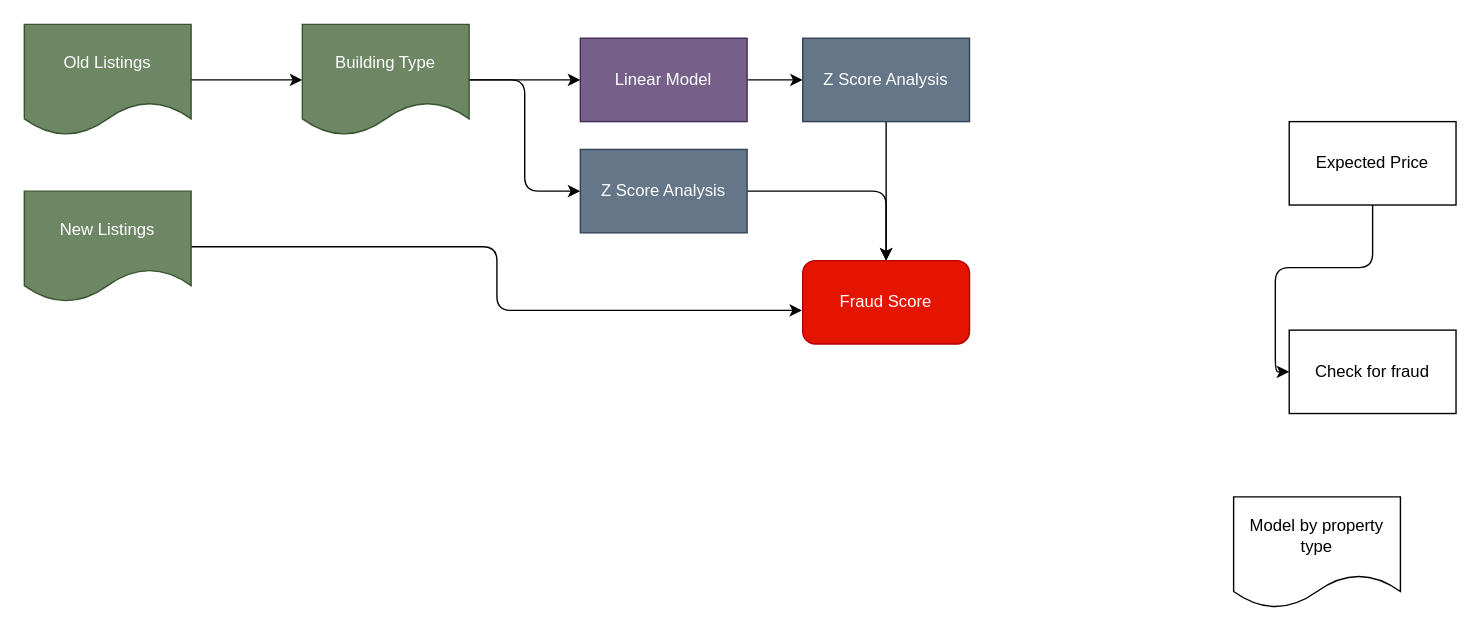
TheAdaptoid/2024-Ai4Good-Submission keeps this draw.io diagram as page "Page-1" (2 of 2) of Utils/Process.drawio. Above is the earlier version. Source tidied: cells renumbered, new cells numbered last; positions are measured from the earlier drawing's top-left corner, leaving out a move shared by most shapes. Both pictures are drawn from the tidied source at 139%, with x=0, y=0 at pixel (24, 24).
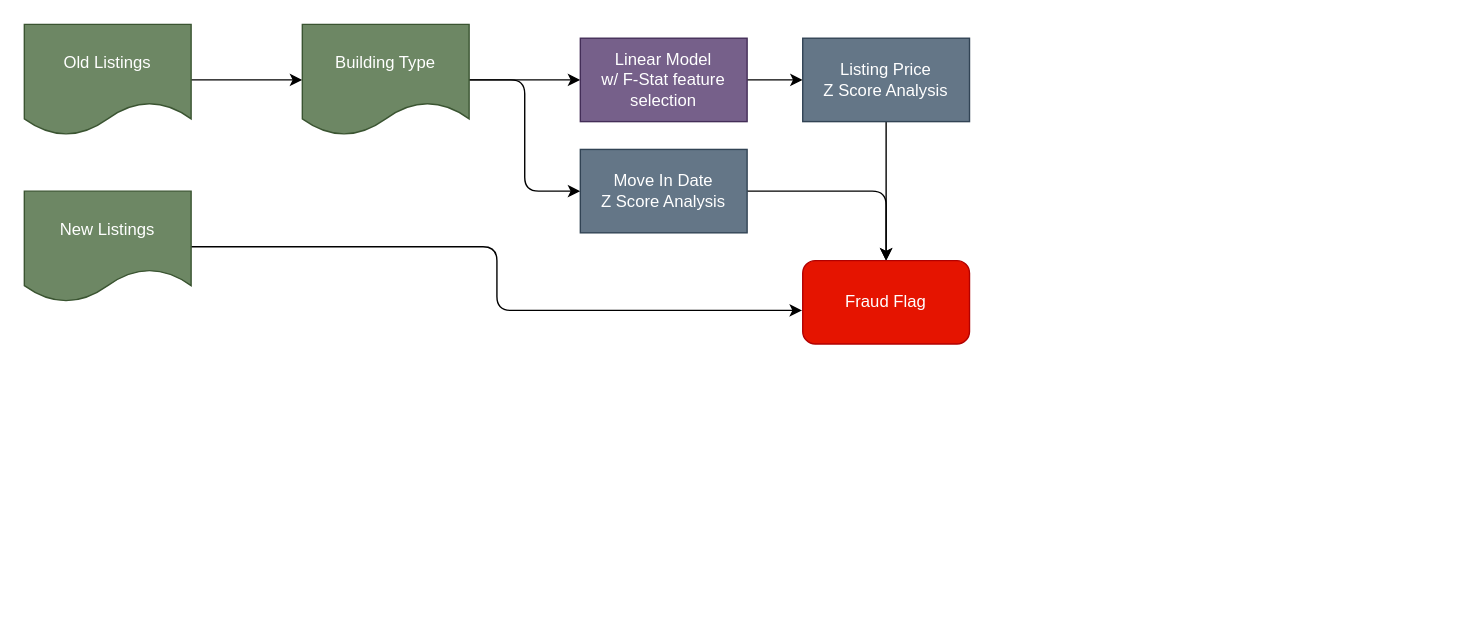
The same page after the edit.

Diff of the diagram source:
```diff
@@
 <mxGraphModel>
   <root>
     <mxCell id="0" />
     <mxCell id="1" parent="0" />
     <mxCell id="2" style="edgeStyle=orthogonalEdgeStyle;html=1;" parent="1" edge="1" source="3" target="7">
       <mxGeometry relative="1" as="geometry" />
     </mxCell>
     <mxCell id="3" value="Old Listings" style="shape=document;whiteSpace=wrap;html=1;boundedLbl=1;fillColor=#6d8764;strokeColor=#3A5431;fontColor=#ffffff;" parent="1" vertex="1">
       <mxGeometry width="120" height="80" as="geometry" />
     </mxCell>
-    <mxCell id="4" value="Model by property type" style="shape=document;whiteSpace=wrap;html=1;boundedLbl=1;" parent="1" vertex="1">
-      <mxGeometry x="870" y="340" width="120" height="80" as="geometry" />
-    </mxCell>
     <mxCell id="5" style="edgeStyle=orthogonalEdgeStyle;html=1;entryX=0;entryY=0.5;entryDx=0;entryDy=0;" parent="1" edge="1" source="7" target="12">
       <mxGeometry relative="1" as="geometry" />
     </mxCell>
     <mxCell id="6" style="edgeStyle=orthogonalEdgeStyle;html=1;entryX=0;entryY=0.5;entryDx=0;entryDy=0;exitX=1;exitY=0.5;exitDx=0;exitDy=0;" parent="1" edge="1" source="7" target="16">
       <mxGeometry relative="1" as="geometry" />
     </mxCell>
     <mxCell id="7" value="Building Type" style="shape=document;whiteSpace=wrap;html=1;boundedLbl=1;fillColor=#6d8764;strokeColor=#3A5431;fontColor=#ffffff;" parent="1" vertex="1">
       <mxGeometry x="200" width="120" height="80" as="geometry" />
     </mxCell>
-    <mxCell id="8" style="edgeStyle=orthogonalEdgeStyle;html=1;entryX=0;entryY=0.5;entryDx=0;entryDy=0;orthogonal=1;" parent="1" edge="1" source="9" target="10">
-      <mxGeometry relative="1" as="geometry" />
-    </mxCell>
-    <mxCell id="9" value="Expected Price" style="rounded=0;whiteSpace=wrap;html=1;" parent="1" vertex="1">
-      <mxGeometry x="910" y="70" width="120" height="60" as="geometry" />
-    </mxCell>
-    <mxCell id="10" value="Check for fraud" style="rounded=0;whiteSpace=wrap;html=1;" parent="1" vertex="1">
-      <mxGeometry x="910" y="220" width="120" height="60" as="geometry" />
-    </mxCell>
     <mxCell id="11" style="edgeStyle=orthogonalEdgeStyle;html=1;" parent="1" edge="1" source="12" target="14">
       <mxGeometry relative="1" as="geometry" />
     </mxCell>
-    <mxCell id="12" value="Linear Model" style="rounded=0;whiteSpace=wrap;html=1;fillColor=#76608a;fontColor=#ffffff;strokeColor=#432D57;" parent="1" vertex="1">
+    <mxCell id="12" value="Linear Model&lt;br&gt;w/ F-Stat feature selection" style="rounded=0;whiteSpace=wrap;html=1;fillColor=#76608a;fontColor=#ffffff;strokeColor=#432D57;" parent="1" vertex="1">
       <mxGeometry x="400" y="10" width="120" height="60" as="geometry" />
     </mxCell>
     <mxCell id="13" style="edgeStyle=orthogonalEdgeStyle;html=1;" parent="1" edge="1" source="14" target="17">
       <mxGeometry relative="1" as="geometry" />
     </mxCell>
-    <mxCell id="14" value="Z Score Analysis" style="whiteSpace=wrap;html=1;rounded=0;fillColor=#647687;fontColor=#ffffff;strokeColor=#314354;" parent="1" vertex="1">
+    <mxCell id="14" value="Listing Price&lt;br&gt;Z Score Analysis" style="whiteSpace=wrap;html=1;rounded=0;fillColor=#647687;fontColor=#ffffff;strokeColor=#314354;" parent="1" vertex="1">
       <mxGeometry x="560" y="10" width="120" height="60" as="geometry" />
     </mxCell>
     <mxCell id="15" style="edgeStyle=orthogonalEdgeStyle;html=1;entryX=0.5;entryY=0;entryDx=0;entryDy=0;exitX=1;exitY=0.5;exitDx=0;exitDy=0;" parent="1" edge="1" source="16" target="17">
       <mxGeometry relative="1" as="geometry" />
     </mxCell>
-    <mxCell id="16" value="Z Score Analysis" style="whiteSpace=wrap;html=1;fillColor=#647687;fontColor=#ffffff;strokeColor=#314354;" parent="1" vertex="1">
+    <mxCell id="16" value="Move In Date&lt;br&gt;Z Score Analysis" style="whiteSpace=wrap;html=1;fillColor=#647687;fontColor=#ffffff;strokeColor=#314354;" parent="1" vertex="1">
       <mxGeometry x="400" y="90" width="120" height="60" as="geometry" />
     </mxCell>
-    <mxCell id="17" value="Fraud Score" style="rounded=1;whiteSpace=wrap;html=1;fillColor=#e51400;fontColor=#ffffff;strokeColor=#B20000;" parent="1" vertex="1">
+    <mxCell id="17" value="Fraud Flag" style="rounded=1;whiteSpace=wrap;html=1;fillColor=#e51400;fontColor=#ffffff;strokeColor=#B20000;" parent="1" vertex="1">
       <mxGeometry x="560" y="170" width="120" height="60" as="geometry" />
     </mxCell>
     <mxCell id="18" style="edgeStyle=orthogonalEdgeStyle;html=1;entryX=-0.004;entryY=0.597;entryDx=0;entryDy=0;entryPerimeter=0;" parent="1" edge="1" source="19" target="17">
       <mxGeometry relative="1" as="geometry" />
     </mxCell>
     <mxCell id="19" value="New Listings" style="shape=document;whiteSpace=wrap;html=1;boundedLbl=1;fillColor=#6d8764;strokeColor=#3A5431;fontColor=#ffffff;" parent="1" vertex="1">
       <mxGeometry y="120" width="120" height="80" as="geometry" />
     </mxCell>
   </root>
 </mxGraphModel>
```
